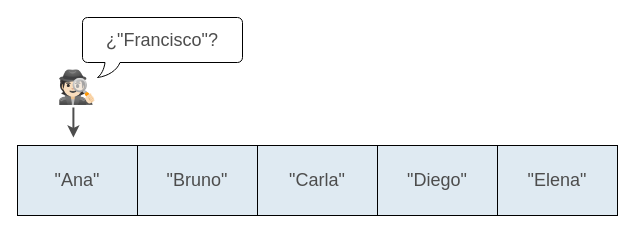
Before: page "paso_0" (1 of 6) of teoria/04_estructuras_y_algoritmos/imgs/arreglo_conjunto_insercion.drawio in ee-unr/programacion-2, a draw.io diagram. Source tidied: cells renumbered, new cells numbered last; positions are measured from the earlier drawing's top-left corner, leaving out a move shared by most shapes. Both pictures are drawn from the tidied source at 100%, with x=0, y=0 at pixel (17, 17). Pictures stored in the file or linked from it are replaced by grey dashed boxes.
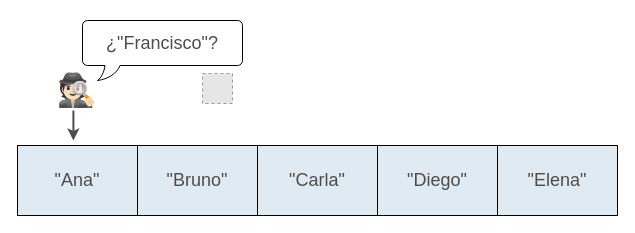
The same page after the edit.

Diff of the diagram source:
```diff
@@
 <mxGraphModel>
   <root>
     <mxCell id="0" />
     <mxCell id="1" parent="0" />
     <mxCell id="2" value="&lt;span style=&quot;color: rgb(77, 77, 77); font-family: &amp;quot;Cascadia Code&amp;quot;;&quot;&gt;&lt;font style=&quot;font-size: 18px;&quot;&gt;&quot;Bruno&quot;&lt;/font&gt;&lt;/span&gt;" style="rounded=0;whiteSpace=wrap;html=1;strokeWidth=1;fillColor=#DFEAF2;" parent="1" vertex="1">
       <mxGeometry x="120" y="128" width="120" height="70" as="geometry" />
     </mxCell>
     <mxCell id="3" value="&lt;span style=&quot;color: rgb(77, 77, 77); font-family: &amp;quot;Cascadia Code&amp;quot;;&quot;&gt;&lt;font style=&quot;font-size: 18px;&quot;&gt;&quot;Carla&quot;&lt;/font&gt;&lt;/span&gt;" style="rounded=0;whiteSpace=wrap;html=1;strokeWidth=1;fillColor=#DFEAF2;" parent="1" vertex="1">
       <mxGeometry x="240" y="128" width="120" height="70" as="geometry" />
     </mxCell>
     <mxCell id="4" value="&lt;span style=&quot;color: rgb(77, 77, 77); font-family: &amp;quot;Cascadia Code&amp;quot;;&quot;&gt;&lt;font style=&quot;font-size: 18px;&quot;&gt;&quot;Diego&quot;&lt;/font&gt;&lt;/span&gt;" style="rounded=0;whiteSpace=wrap;html=1;strokeWidth=1;fillColor=#DFEAF2;" parent="1" vertex="1">
       <mxGeometry x="360" y="128" width="120" height="70" as="geometry" />
     </mxCell>
     <mxCell id="5" value="&lt;span style=&quot;color: rgb(77, 77, 77); font-family: &amp;quot;Cascadia Code&amp;quot;;&quot;&gt;&lt;font style=&quot;font-size: 18px;&quot;&gt;&quot;Elena&quot;&lt;/font&gt;&lt;/span&gt;" style="rounded=0;whiteSpace=wrap;html=1;strokeWidth=1;fillColor=#DFEAF2;" parent="1" vertex="1">
       <mxGeometry x="480" y="128" width="120" height="70" as="geometry" />
     </mxCell>
     <mxCell id="6" value="&lt;span style=&quot;color: rgb(77, 77, 77); font-family: &amp;quot;Cascadia Code&amp;quot;;&quot;&gt;&lt;font style=&quot;font-size: 18px;&quot;&gt;&quot;Ana&quot;&lt;/font&gt;&lt;/span&gt;" style="rounded=0;whiteSpace=wrap;html=1;strokeWidth=1;fillColor=#DFEAF2;" parent="1" vertex="1">
       <mxGeometry y="128" width="120" height="70" as="geometry" />
     </mxCell>
     <mxCell id="7" style="group;" parent="1" vertex="1">
-      <mxGeometry x="25" width="200" height="120" as="geometry" />
+      <mxGeometry x="25" y="3" width="200" height="120" as="geometry" />
     </mxCell>
     <mxCell id="8" style="group;" parent="7" vertex="1">
       <mxGeometry width="200" height="100" as="geometry" />
     </mxCell>
     <mxCell id="9" value="&lt;font style=&quot;font-size: 32px;&quot;&gt;🕵🏻&lt;/font&gt;" style="text;html=1;align=center;verticalAlign=middle;whiteSpace=wrap;rounded=0;" parent="8" vertex="1">
       <mxGeometry y="40" width="70" height="60" as="geometry" />
     </mxCell>
     <mxCell id="10" value="&lt;font style=&quot;color: rgb(77, 77, 77);&quot;&gt;&lt;span style=&quot;font-family: &amp;quot;Cascadia Code&amp;quot;; font-size: 18px;&quot;&gt;¿&lt;/span&gt;&lt;font style=&quot;font-family: &amp;quot;Cascadia Code&amp;quot;; font-size: 18px; color: rgb(77, 77, 77);&quot;&gt;&quot;Francisco&quot;&lt;/font&gt;&lt;span style=&quot;font-family: &amp;quot;Cascadia Code&amp;quot;; font-size: 18px;&quot;&gt;?&lt;/span&gt;&lt;/font&gt;" style="whiteSpace=wrap;html=1;shape=mxgraph.basic.roundRectCallout;dx=30;dy=15;size=5;boundedLbl=1;" parent="8" vertex="1">
       <mxGeometry x="40" width="160" height="60" as="geometry" />
     </mxCell>
+    <mxCell id="12" style="fillColor=#E6E6E6;strokeColor=#999999;dashed=1;verticalLabelPosition=bottom;labelBackgroundColor=default;verticalAlign=top;" parent="8" vertex="1">
+      <mxGeometry x="160" y="53" width="30" height="30" as="geometry" />
+    </mxCell>
     <mxCell id="11" style="endArrow=classic;html=1;rounded=0;strokeWidth=2;strokeColor=#4D4D4D;" parent="7" edge="1">
       <mxGeometry relative="1" as="geometry">
         <mxPoint x="30.9" y="90" as="sourcePoint" />
         <mxPoint x="30.9" y="120" as="targetPoint" />
       </mxGeometry>
     </mxCell>
   </root>
 </mxGraphModel>
```
